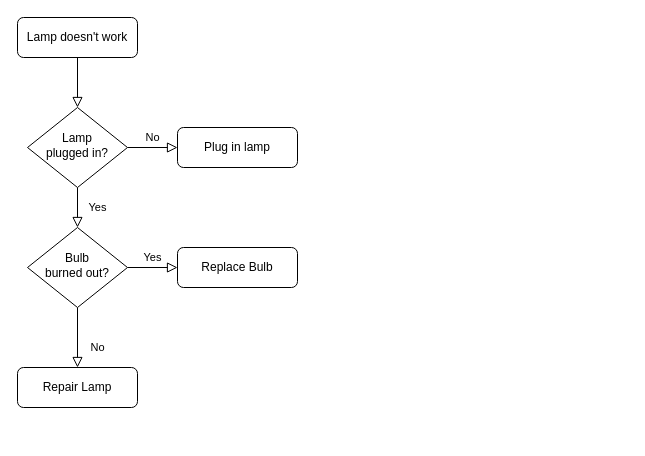
zhengyizhou/drawio keeps this draw.io diagram as drawio/Untitled Diagram.drawio. Above is the earlier version. Source tidied: cells renumbered, new cells numbered last; positions are measured from the earlier drawing's top-left corner, leaving out a move shared by most shapes. Both pictures are drawn from the tidied source at 100%, with x=0, y=0 at pixel (17, 17).
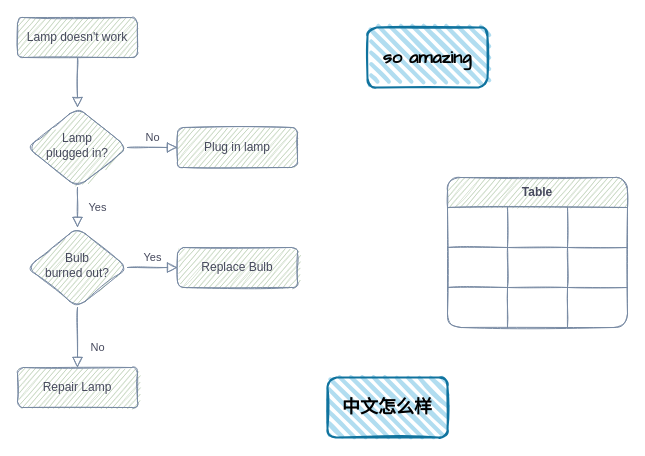
After the change.

Diff of the diagram source:
```diff
@@
-    <mxCell id="2" style="rounded=0;html=1;jettySize=auto;fontSize=11;endArrow=block;endFill=0;endSize=8;strokeWidth=1;shadow=0;labelBackgroundColor=none;edgeStyle=orthogonalEdgeStyle;" parent="1" edge="1" source="3" target="6">
+    <mxCell id="2" style="html=1;jettySize=auto;fontSize=11;endArrow=block;endFill=0;endSize=8;strokeWidth=1;shadow=0;labelBackgroundColor=none;edgeStyle=orthogonalEdgeStyle;strokeColor=#788AA3;fontColor=#46495D;sketch=1;" parent="1" edge="1" source="3" target="6">
       <mxGeometry relative="1" as="geometry" />
     </mxCell>
-    <mxCell id="3" value="Lamp doesn't work" style="rounded=1;whiteSpace=wrap;html=1;fontSize=12;glass=0;strokeWidth=1;shadow=0;" parent="1" vertex="1">
+    <mxCell id="3" value="Lamp doesn't work" style="whiteSpace=wrap;html=1;fontSize=12;glass=0;strokeWidth=1;shadow=0;rounded=1;fillColor=#B2C9AB;strokeColor=#788AA3;fontColor=#46495D;sketch=1;" parent="1" vertex="1">
       <mxGeometry width="120" height="40" as="geometry" />
     </mxCell>
-    <mxCell id="4" value="Yes" style="rounded=0;html=1;jettySize=auto;fontSize=11;endArrow=block;endFill=0;endSize=8;strokeWidth=1;shadow=0;labelBackgroundColor=none;edgeStyle=orthogonalEdgeStyle;" parent="1" edge="1" source="6" target="10">
+    <mxCell id="4" value="Yes" style="html=1;jettySize=auto;fontSize=11;endArrow=block;endFill=0;endSize=8;strokeWidth=1;shadow=0;labelBackgroundColor=none;edgeStyle=orthogonalEdgeStyle;strokeColor=#788AA3;fontColor=#46495D;sketch=1;" parent="1" edge="1" source="6" target="10">
       <mxGeometry y="20" relative="1" as="geometry" />
     </mxCell>
-    <mxCell id="5" value="No" style="edgeStyle=orthogonalEdgeStyle;rounded=0;html=1;jettySize=auto;fontSize=11;endArrow=block;endFill=0;endSize=8;strokeWidth=1;shadow=0;labelBackgroundColor=none;" parent="1" edge="1" source="6" target="7">
+    <mxCell id="5" value="No" style="edgeStyle=orthogonalEdgeStyle;html=1;jettySize=auto;fontSize=11;endArrow=block;endFill=0;endSize=8;strokeWidth=1;shadow=0;labelBackgroundColor=none;strokeColor=#788AA3;fontColor=#46495D;sketch=1;" parent="1" edge="1" source="6" target="7">
       <mxGeometry y="10" relative="1" as="geometry" />
     </mxCell>
-    <mxCell id="6" value="Lamp&lt;br&gt;plugged in?" style="rhombus;whiteSpace=wrap;html=1;shadow=0;fontFamily=Helvetica;fontSize=12;align=center;strokeWidth=1;spacing=6;spacingTop=-4;" parent="1" vertex="1">
+    <mxCell id="6" value="Lamp&lt;br&gt;plugged in?" style="rhombus;whiteSpace=wrap;html=1;shadow=0;fontFamily=Helvetica;fontSize=12;align=center;strokeWidth=1;spacing=6;spacingTop=-4;rounded=1;fillColor=#B2C9AB;strokeColor=#788AA3;fontColor=#46495D;sketch=1;" parent="1" vertex="1">
       <mxGeometry x="10" y="90" width="100" height="80" as="geometry" />
     </mxCell>
-    <mxCell id="7" value="Plug in lamp" style="rounded=1;whiteSpace=wrap;html=1;fontSize=12;glass=0;strokeWidth=1;shadow=0;" parent="1" vertex="1">
+    <mxCell id="7" value="Plug in lamp" style="whiteSpace=wrap;html=1;fontSize=12;glass=0;strokeWidth=1;shadow=0;rounded=1;fillColor=#B2C9AB;strokeColor=#788AA3;fontColor=#46495D;sketch=1;" parent="1" vertex="1">
       <mxGeometry x="160" y="110" width="120" height="40" as="geometry" />
     </mxCell>
-    <mxCell id="8" value="No" style="rounded=0;html=1;jettySize=auto;fontSize=11;endArrow=block;endFill=0;endSize=8;strokeWidth=1;shadow=0;labelBackgroundColor=none;edgeStyle=orthogonalEdgeStyle;" parent="1" edge="1" source="10" target="11">
+    <mxCell id="8" value="No" style="html=1;jettySize=auto;fontSize=11;endArrow=block;endFill=0;endSize=8;strokeWidth=1;shadow=0;labelBackgroundColor=none;edgeStyle=orthogonalEdgeStyle;strokeColor=#788AA3;fontColor=#46495D;sketch=1;" parent="1" edge="1" source="10" target="11">
       <mxGeometry x="0.33" y="20" relative="1" as="geometry" />
     </mxCell>
-    <mxCell id="9" value="Yes" style="edgeStyle=orthogonalEdgeStyle;rounded=0;html=1;jettySize=auto;fontSize=11;endArrow=block;endFill=0;endSize=8;strokeWidth=1;shadow=0;labelBackgroundColor=none;" parent="1" edge="1" source="10" target="12">
+    <mxCell id="9" value="Yes" style="edgeStyle=orthogonalEdgeStyle;html=1;jettySize=auto;fontSize=11;endArrow=block;endFill=0;endSize=8;strokeWidth=1;shadow=0;labelBackgroundColor=none;strokeColor=#788AA3;fontColor=#46495D;sketch=1;" parent="1" edge="1" source="10" target="12">
       <mxGeometry y="10" relative="1" as="geometry" />
     </mxCell>
-    <mxCell id="10" value="Bulb&lt;br&gt;burned out?" style="rhombus;whiteSpace=wrap;html=1;shadow=0;fontFamily=Helvetica;fontSize=12;align=center;strokeWidth=1;spacing=6;spacingTop=-4;" parent="1" vertex="1">
+    <mxCell id="10" value="Bulb&lt;br&gt;burned out?" style="rhombus;whiteSpace=wrap;html=1;shadow=0;fontFamily=Helvetica;fontSize=12;align=center;strokeWidth=1;spacing=6;spacingTop=-4;rounded=1;fillColor=#B2C9AB;strokeColor=#788AA3;fontColor=#46495D;sketch=1;" parent="1" vertex="1">
       <mxGeometry x="10" y="210" width="100" height="80" as="geometry" />
     </mxCell>
-    <mxCell id="11" value="Repair Lamp" style="rounded=1;whiteSpace=wrap;html=1;fontSize=12;glass=0;strokeWidth=1;shadow=0;" parent="1" vertex="1">
+    <mxCell id="11" value="Repair Lamp" style="whiteSpace=wrap;html=1;fontSize=12;glass=0;strokeWidth=1;shadow=0;rounded=1;fillColor=#B2C9AB;strokeColor=#788AA3;fontColor=#46495D;sketch=1;" parent="1" vertex="1">
       <mxGeometry y="350" width="120" height="40" as="geometry" />
     </mxCell>
-    <mxCell id="12" value="Replace Bulb" style="rounded=1;whiteSpace=wrap;html=1;fontSize=12;glass=0;strokeWidth=1;shadow=0;" parent="1" vertex="1">
+    <mxCell id="12" value="Replace Bulb" style="whiteSpace=wrap;html=1;fontSize=12;glass=0;strokeWidth=1;shadow=0;rounded=1;fillColor=#B2C9AB;strokeColor=#788AA3;fontColor=#46495D;sketch=1;" parent="1" vertex="1">
       <mxGeometry x="160" y="230" width="120" height="40" as="geometry" />
     </mxCell>
+    <mxCell id="13" value="&lt;h2&gt;&lt;font&gt;so amazing&lt;/font&gt;&lt;/h2&gt;" style="whiteSpace=wrap;html=1;strokeWidth=2;fillWeight=4;hachureGap=8;hachureAngle=45;fillColor=#b1ddf0;rounded=1;strokeColor=#10739e;sketch=1;fontFamily=Comic Sans MS;" parent="1" vertex="1">
+      <mxGeometry x="350" y="10" width="120" height="60" as="geometry" />
+    </mxCell>
+    <mxCell id="14" value="Table" style="shape=table;html=1;whiteSpace=wrap;startSize=30;childLayout=tableLayout;fontStyle=1;align=center;rounded=1;fillColor=#B2C9AB;strokeColor=#788AA3;fontColor=#46495D;sketch=1;" parent="1" vertex="1">
+      <mxGeometry x="430" y="160" width="180" height="150" as="geometry" />
+    </mxCell>
+    <mxCell id="15" style="shape=partialRectangle;html=1;whiteSpace=wrap;fillColor=none;top=0;left=0;bottom=0;right=0;rounded=1;strokeColor=#788AA3;fontColor=#46495D;sketch=1;" parent="14" vertex="1">
+      <mxGeometry y="30" width="180" height="40" as="geometry" />
+    </mxCell>
+    <mxCell id="16" style="shape=partialRectangle;html=1;whiteSpace=wrap;fillColor=none;top=0;left=0;bottom=0;right=0;overflow=hidden;rounded=1;strokeColor=#788AA3;fontColor=#46495D;sketch=1;" parent="15" vertex="1">
+      <mxGeometry width="60" height="40" as="geometry" />
+    </mxCell>
+    <mxCell id="17" style="shape=partialRectangle;html=1;whiteSpace=wrap;fillColor=none;top=0;left=0;bottom=0;right=0;overflow=hidden;rounded=1;strokeColor=#788AA3;fontColor=#46495D;sketch=1;" parent="15" vertex="1">
+      <mxGeometry x="60" width="60" height="40" as="geometry" />
+    </mxCell>
+    <mxCell id="18" style="shape=partialRectangle;html=1;whiteSpace=wrap;fillColor=none;top=0;left=0;bottom=0;right=0;overflow=hidden;rounded=1;strokeColor=#788AA3;fontColor=#46495D;sketch=1;" parent="15" vertex="1">
+      <mxGeometry x="120" width="60" height="40" as="geometry" />
+    </mxCell>
+    <mxCell id="19" style="shape=partialRectangle;html=1;whiteSpace=wrap;fillColor=none;top=0;left=0;bottom=0;right=0;rounded=1;strokeColor=#788AA3;fontColor=#46495D;sketch=1;" parent="14" vertex="1">
+      <mxGeometry y="70" width="180" height="40" as="geometry" />
+    </mxCell>
+    <mxCell id="20" style="shape=partialRectangle;html=1;whiteSpace=wrap;fillColor=none;top=0;left=0;bottom=0;right=0;overflow=hidden;rounded=1;strokeColor=#788AA3;fontColor=#46495D;sketch=1;" parent="19" vertex="1">
+      <mxGeometry width="60" height="40" as="geometry" />
+    </mxCell>
+    <mxCell id="21" style="shape=partialRectangle;html=1;whiteSpace=wrap;fillColor=none;top=0;left=0;bottom=0;right=0;overflow=hidden;rounded=1;strokeColor=#788AA3;fontColor=#46495D;sketch=1;" parent="19" vertex="1">
+      <mxGeometry x="60" width="60" height="40" as="geometry" />
+    </mxCell>
+    <mxCell id="22" style="shape=partialRectangle;html=1;whiteSpace=wrap;fillColor=none;top=0;left=0;bottom=0;right=0;overflow=hidden;rounded=1;strokeColor=#788AA3;fontColor=#46495D;sketch=1;" parent="19" vertex="1">
+      <mxGeometry x="120" width="60" height="40" as="geometry" />
+    </mxCell>
+    <mxCell id="23" style="shape=partialRectangle;html=1;whiteSpace=wrap;fillColor=none;top=0;left=0;bottom=0;right=0;rounded=1;strokeColor=#788AA3;fontColor=#46495D;sketch=1;" parent="14" vertex="1">
+      <mxGeometry y="110" width="180" height="40" as="geometry" />
+    </mxCell>
+    <mxCell id="24" style="shape=partialRectangle;html=1;whiteSpace=wrap;fillColor=none;top=0;left=0;bottom=0;right=0;overflow=hidden;rounded=1;strokeColor=#788AA3;fontColor=#46495D;sketch=1;" parent="23" vertex="1">
+      <mxGeometry width="60" height="40" as="geometry" />
+    </mxCell>
+    <mxCell id="25" style="shape=partialRectangle;html=1;whiteSpace=wrap;fillColor=none;top=0;left=0;bottom=0;right=0;overflow=hidden;rounded=1;strokeColor=#788AA3;fontColor=#46495D;sketch=1;" parent="23" vertex="1">
+      <mxGeometry x="60" width="60" height="40" as="geometry" />
+    </mxCell>
+    <mxCell id="26" style="shape=partialRectangle;html=1;whiteSpace=wrap;fillColor=none;top=0;left=0;bottom=0;right=0;overflow=hidden;rounded=1;strokeColor=#788AA3;fontColor=#46495D;sketch=1;" parent="23" vertex="1">
+      <mxGeometry x="120" width="60" height="40" as="geometry" />
+    </mxCell>
+    <mxCell id="27" value="&lt;h2&gt;&lt;font face=&quot;Garamond&quot;&gt;中文怎么样&lt;/font&gt;&lt;/h2&gt;" style="whiteSpace=wrap;html=1;strokeWidth=2;fillWeight=4;hachureGap=8;hachureAngle=45;fillColor=#b1ddf0;rounded=1;strokeColor=#10739e;sketch=1;fontFamily=Comic Sans MS;" parent="1" vertex="1">
+      <mxGeometry x="310" y="360" width="120" height="60" as="geometry" />
+    </mxCell>
```
